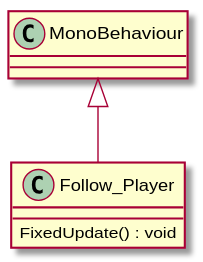
The PlantUML diagram UML/MallowMystery/Assets/Scripts/Follow_Player.svg in robinsuurs/Mallow_Mysterie, before a commit. Its diagram source:
```plantuml
@startuml
class Follow_Player {
    FixedUpdate() : void
}
MonoBehaviour <|-- Follow_Player
@enduml
```
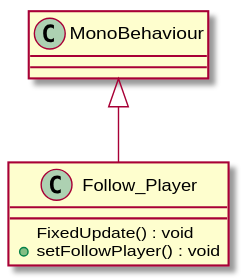
The same diagram one commit later.

Change to the diagram source:
```diff
@@ -1,6 +1,7 @@
 @startuml
 class Follow_Player {
     FixedUpdate() : void
+    + setFollowPlayer() : void
 }
 MonoBehaviour <|-- Follow_Player
 @enduml
```
